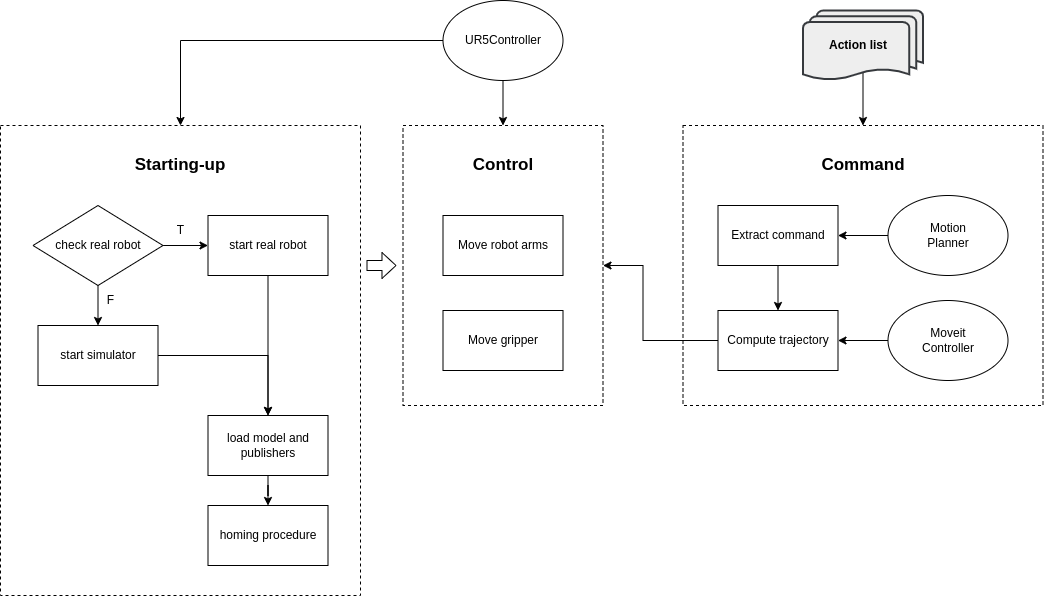
Above: docs/tex/images/design-motion.png in anhtuduong/UR5LegoVision (draw.io), before the change. Source tidied: cells renumbered, new cells last; positions are measured from the earlier drawing's top-left corner, leaving out a move shared by most shapes.
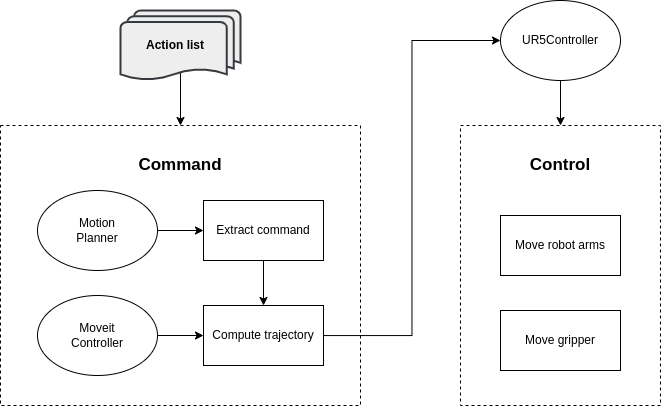
Later version of the same file.

Diff of the diagram source:
```diff
@@ -3,114 +3,58 @@
     <mxCell id="0" />
     <mxCell id="1" parent="0" />
     <mxCell id="2" style="rounded=0;whiteSpace=wrap;html=1;dashed=1;" parent="1" vertex="1">
-      <mxGeometry x="682.5" y="125" width="360" height="280" as="geometry" />
+      <mxGeometry x="363" y="98" width="360" height="280" as="geometry" />
     </mxCell>
     <mxCell id="3" style="rounded=0;whiteSpace=wrap;html=1;dashed=1;" parent="1" vertex="1">
-      <mxGeometry x="402.5" y="125" width="200" height="280" as="geometry" />
+      <mxGeometry x="823" y="98" width="200" height="280" as="geometry" />
     </mxCell>
-    <mxCell id="4" style="rounded=0;whiteSpace=wrap;html=1;dashed=1;" parent="1" vertex="1">
-      <mxGeometry y="125" width="360" height="470" as="geometry" />
-    </mxCell>
-    <mxCell id="5" style="edgeStyle=orthogonalEdgeStyle;rounded=0;jettySize=auto;html=1;" parent="1" edge="1" source="6" target="15">
-      <mxGeometry relative="1" as="geometry" />
-    </mxCell>
-    <mxCell id="6" value="start simulator" style="rounded=0;whiteSpace=wrap;html=1;" parent="1" vertex="1">
-      <mxGeometry x="37.5" y="325" width="120" height="60" as="geometry" />
-    </mxCell>
-    <mxCell id="7" style="edgeStyle=orthogonalEdgeStyle;rounded=0;jettySize=auto;html=1;entryX=0.5;entryY=0;entryDx=0;entryDy=0;" parent="1" edge="1" source="9" target="6">
-      <mxGeometry relative="1" as="geometry" />
-    </mxCell>
-    <mxCell id="8" style="edgeStyle=orthogonalEdgeStyle;rounded=0;jettySize=auto;html=1;entryX=0;entryY=0.5;entryDx=0;entryDy=0;" parent="1" edge="1" source="9" target="11">
-      <mxGeometry relative="1" as="geometry" />
-    </mxCell>
-    <mxCell id="9" value="check real robot" style="rhombus;whiteSpace=wrap;html=1;" parent="1" vertex="1">
-      <mxGeometry x="32.5" y="205" width="130" height="80" as="geometry" />
-    </mxCell>
-    <mxCell id="10" style="edgeStyle=orthogonalEdgeStyle;rounded=0;jettySize=auto;html=1;entryX=0.5;entryY=0;entryDx=0;entryDy=0;" parent="1" edge="1" source="11" target="15">
-      <mxGeometry relative="1" as="geometry" />
-    </mxCell>
-    <mxCell id="11" value="start real robot" style="rounded=0;whiteSpace=wrap;html=1;" parent="1" vertex="1">
-      <mxGeometry x="207.5" y="215" width="120" height="60" as="geometry" />
-    </mxCell>
-    <mxCell id="12" value="T" style="text;html=1;strokeColor=none;fillColor=none;align=center;verticalAlign=middle;whiteSpace=wrap;rounded=0;" parent="1" vertex="1">
-      <mxGeometry x="167.5" y="215" width="25" height="30" as="geometry" />
-    </mxCell>
-    <mxCell id="13" value="F" style="text;html=1;strokeColor=none;fillColor=none;align=center;verticalAlign=middle;whiteSpace=wrap;rounded=0;" parent="1" vertex="1">
-      <mxGeometry x="97.5" y="285" width="25" height="30" as="geometry" />
-    </mxCell>
-    <mxCell id="14" style="edgeStyle=orthogonalEdgeStyle;rounded=0;jettySize=auto;html=1;entryX=0.5;entryY=0;entryDx=0;entryDy=0;" parent="1" edge="1" source="15" target="16">
-      <mxGeometry relative="1" as="geometry" />
-    </mxCell>
-    <mxCell id="15" value="load model and publishers" style="rounded=0;whiteSpace=wrap;html=1;" parent="1" vertex="1">
-      <mxGeometry x="207.5" y="415" width="120" height="60" as="geometry" />
-    </mxCell>
-    <mxCell id="16" value="homing procedure" style="rounded=0;whiteSpace=wrap;html=1;" parent="1" vertex="1">
-      <mxGeometry x="207.5" y="505" width="120" height="60" as="geometry" />
-    </mxCell>
-    <mxCell id="17" value="Starting-up" style="text;html=1;strokeColor=none;fillColor=none;align=center;verticalAlign=middle;whiteSpace=wrap;rounded=0;fontSize=17;fontStyle=1;" parent="1" vertex="1">
-      <mxGeometry x="130" y="150" width="100" height="30" as="geometry" />
-    </mxCell>
-    <mxCell id="18" style="edgeStyle=orthogonalEdgeStyle;rounded=0;jettySize=auto;html=1;entryX=1;entryY=0.5;entryDx=0;entryDy=0;" parent="1" edge="1" source="19" target="30">
+    <mxCell id="18" style="edgeStyle=orthogonalEdgeStyle;rounded=0;jettySize=auto;html=1;entryX=0;entryY=0.5;entryDx=0;entryDy=0;" parent="1" edge="1" source="19" target="30">
       <mxGeometry relative="1" as="geometry" />
     </mxCell>
     <mxCell id="19" value="Moveit&lt;br&gt;Controller" style="ellipse;whiteSpace=wrap;html=1;" parent="1" vertex="1">
-      <mxGeometry x="887.5" y="300" width="120" height="80" as="geometry" />
+      <mxGeometry x="400" y="268" width="120" height="80" as="geometry" />
     </mxCell>
-    <mxCell id="20" style="edgeStyle=orthogonalEdgeStyle;rounded=0;jettySize=auto;html=1;entryX=1;entryY=0.5;entryDx=0;entryDy=0;" parent="1" edge="1" source="21" target="28">
+    <mxCell id="20" style="edgeStyle=orthogonalEdgeStyle;rounded=0;jettySize=auto;html=1;entryX=0;entryY=0.5;entryDx=0;entryDy=0;" parent="1" edge="1" source="21" target="28">
       <mxGeometry relative="1" as="geometry" />
     </mxCell>
     <mxCell id="21" value="Motion&lt;br&gt;Planner" style="ellipse;whiteSpace=wrap;html=1;" parent="1" vertex="1">
-      <mxGeometry x="887.5" y="195" width="120" height="80" as="geometry" />
+      <mxGeometry x="400" y="163" width="120" height="80" as="geometry" />
     </mxCell>
     <mxCell id="22" style="edgeStyle=orthogonalEdgeStyle;rounded=0;jettySize=auto;html=1;exitX=0.5;exitY=0.88;exitDx=0;exitDy=0;exitPerimeter=0;entryX=0.5;entryY=0;entryDx=0;entryDy=0;" parent="1" edge="1" source="23" target="2">
       <mxGeometry relative="1" as="geometry" />
     </mxCell>
     <mxCell id="23" value="&lt;b&gt;Action list&lt;/b&gt;" style="strokeWidth=2;html=1;shape=mxgraph.flowchart.multi-document;whiteSpace=wrap;spacingRight=10;fillColor=#eeeeee;strokeColor=#36393d;" parent="1" vertex="1">
-      <mxGeometry x="802.5" y="10" width="120" height="70" as="geometry" />
+      <mxGeometry x="483" y="-17" width="120" height="70" as="geometry" />
     </mxCell>
     <mxCell id="24" value="Move robot arms" style="rounded=0;whiteSpace=wrap;html=1;" parent="1" vertex="1">
-      <mxGeometry x="442.5" y="215" width="120" height="60" as="geometry" />
+      <mxGeometry x="863" y="188" width="120" height="60" as="geometry" />
     </mxCell>
     <mxCell id="25" value="Move gripper" style="rounded=0;whiteSpace=wrap;html=1;" parent="1" vertex="1">
-      <mxGeometry x="442.5" y="310" width="120" height="60" as="geometry" />
+      <mxGeometry x="863" y="283" width="120" height="60" as="geometry" />
     </mxCell>
     <mxCell id="26" value="Control" style="text;html=1;strokeColor=none;fillColor=none;align=center;verticalAlign=middle;whiteSpace=wrap;rounded=0;fontSize=17;fontStyle=1;" parent="1" vertex="1">
-      <mxGeometry x="452.5" y="150" width="100" height="30" as="geometry" />
+      <mxGeometry x="873" y="123" width="100" height="30" as="geometry" />
     </mxCell>
     <mxCell id="27" style="edgeStyle=orthogonalEdgeStyle;rounded=0;jettySize=auto;html=1;" parent="1" edge="1" source="28" target="30">
       <mxGeometry relative="1" as="geometry" />
     </mxCell>
     <mxCell id="28" value="Extract command" style="rounded=0;whiteSpace=wrap;html=1;" parent="1" vertex="1">
-      <mxGeometry x="717.5" y="205" width="120" height="60" as="geometry" />
+      <mxGeometry x="566" y="173" width="120" height="60" as="geometry" />
     </mxCell>
-    <mxCell id="29" style="edgeStyle=orthogonalEdgeStyle;rounded=0;jettySize=auto;html=1;entryX=1;entryY=0.5;entryDx=0;entryDy=0;" parent="1" edge="1" source="30" target="3">
-      <mxGeometry relative="1" as="geometry">
-        <Array as="points">
-          <mxPoint x="642.5" y="340" />
-          <mxPoint x="642.5" y="265" />
-        </Array>
-      </mxGeometry>
-    </mxCell>
+    <mxCell id="36" style="edgeStyle=orthogonalEdgeStyle;rounded=0;jettySize=auto;html=1;entryX=0;entryY=0.5;entryDx=0;entryDy=0;" parent="1" edge="1" source="30" target="34">
+      <mxGeometry relative="1" as="geometry" />
+    </mxCell>
     <mxCell id="30" value="Compute trajectory" style="rounded=0;whiteSpace=wrap;html=1;" parent="1" vertex="1">
-      <mxGeometry x="717.5" y="310" width="120" height="60" as="geometry" />
+      <mxGeometry x="566" y="278" width="120" height="60" as="geometry" />
     </mxCell>
-    <mxCell id="31" style="edgeStyle=orthogonalEdgeStyle;rounded=0;jettySize=auto;html=1;entryX=0.5;entryY=0;entryDx=0;entryDy=0;" parent="1" edge="1" source="34" target="4">
-      <mxGeometry relative="1" as="geometry" />
-    </mxCell>
     <mxCell id="32" style="edgeStyle=orthogonalEdgeStyle;rounded=0;jettySize=auto;html=1;entryX=0.5;entryY=0;entryDx=0;entryDy=0;" parent="1" edge="1" source="34" target="3">
       <mxGeometry relative="1" as="geometry" />
     </mxCell>
     <mxCell id="33" value="Command" style="text;html=1;strokeColor=none;fillColor=none;align=center;verticalAlign=middle;whiteSpace=wrap;rounded=0;fontSize=17;fontStyle=1;" parent="1" vertex="1">
-      <mxGeometry x="812.5" y="150" width="100" height="30" as="geometry" />
+      <mxGeometry x="493" y="123" width="100" height="30" as="geometry" />
     </mxCell>
     <mxCell id="34" value="UR5Controller" style="ellipse;whiteSpace=wrap;html=1;" parent="1" vertex="1">
-      <mxGeometry x="442.5" width="120" height="80" as="geometry" />
+      <mxGeometry x="863" y="-27" width="120" height="80" as="geometry" />
     </mxCell>
-    <mxCell id="35" style="shape=flexArrow;endArrow=classic;html=1;rounded=0;endWidth=14.942528735632186;endSize=4.340229885057472;" parent="1" edge="1">
-      <mxGeometry relative="1" as="geometry">
-        <mxPoint x="366" y="265" as="sourcePoint" />
-        <mxPoint x="396" y="265" as="targetPoint" />
-      </mxGeometry>
-    </mxCell>
   </root>
 </mxGraphModel>
```
